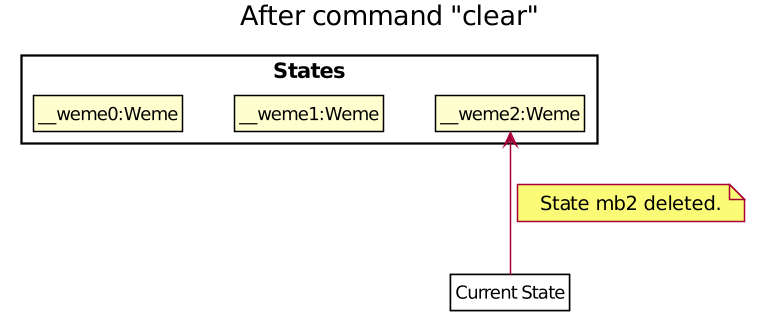
Before: docs/images/UndoRedoState5.png, a diagram exported from PlantUML (nus-cs2103-AY1920S1/addressbook-level3).
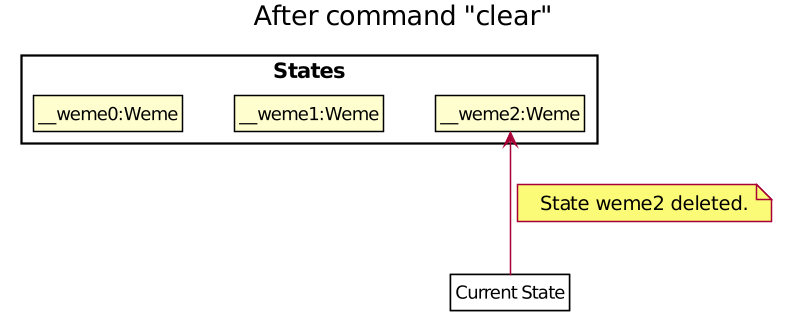
After the change.

Commit message:
Improve undo redo docs

Change to the diagram source:
```diff
@@ -65,5 +65,5 @@
 class Pointer as "Current State" #FFFFF
 
 Pointer -up-> State3
-note right on link: State mb2 deleted.
+note right on link: State weme2 deleted.
 @enduml
```
